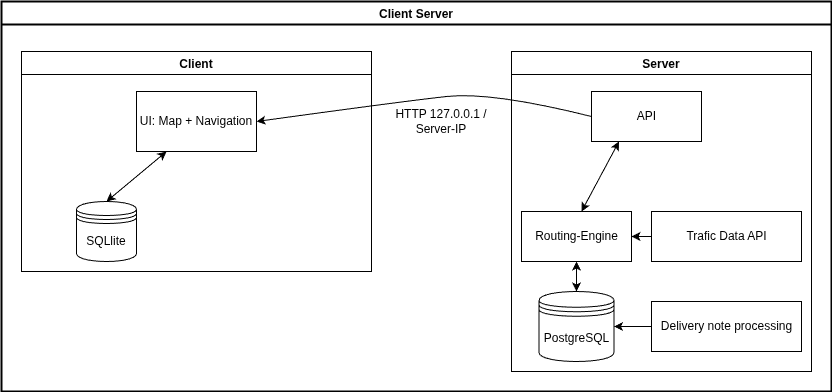
gabrielbindi/VoBi-Tour keeps this draw.io diagram as docs/architecture/data-architecture.drawio.png. Above is the earlier version. Source tidied: cells renumbered, new cells last; positions are measured from the earlier drawing's top-left corner, leaving out a move shared by most shapes.
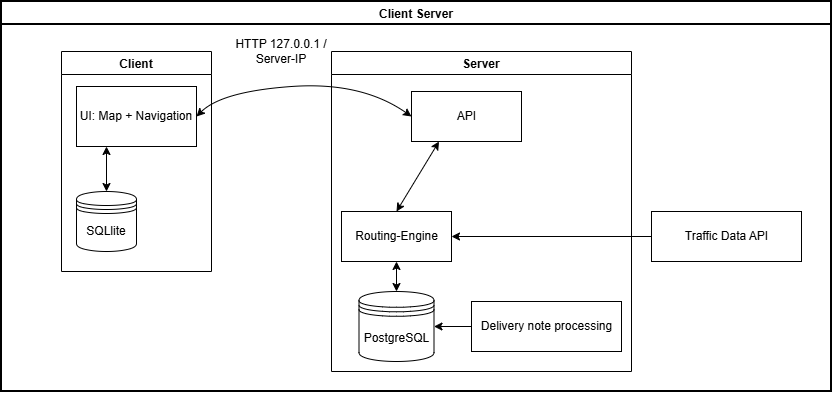
The same file after the commit.

Commit message:
#18 Traffic Data API is now outside

The edit, as a diff of the source:
```diff
@@ -6,7 +6,7 @@
       <mxGeometry width="830" height="390" as="geometry" />
     </mxCell>
     <mxCell id="3" value="Server" style="swimlane;strokeColor=#000000;" parent="2" vertex="1">
-      <mxGeometry x="510" y="50" width="300" height="320" as="geometry" />
+      <mxGeometry x="330" y="50" width="300" height="320" as="geometry" />
     </mxCell>
     <mxCell id="4" value="API" style="html=1;" parent="3" vertex="1">
       <mxGeometry x="80" y="40" width="110" height="50" as="geometry" />
@@ -26,39 +26,37 @@
     <mxCell id="9" style="endArrow=classic;startArrow=classic;html=1;entryX=0.5;entryY=1;entryDx=0;entryDy=0;exitX=0.5;exitY=0;exitDx=0;exitDy=0;strokeColor=#000000;" parent="3" edge="1" source="8" target="5">
       <mxGeometry relative="1" as="geometry" />
     </mxCell>
-    <mxCell id="10" value="Trafic Data API" style="html=1;" parent="3" vertex="1">
-      <mxGeometry x="140" y="160" width="150" height="50" as="geometry" />
-    </mxCell>
-    <mxCell id="11" style="endArrow=classic;html=1;entryX=1;entryY=0.5;entryDx=0;entryDy=0;strokeColor=#000000;exitX=0;exitY=0.5;exitDx=0;exitDy=0;" parent="3" edge="1" source="10" target="5">
-      <mxGeometry relative="1" as="geometry" />
-    </mxCell>
+    <mxCell id="18" style="endArrow=classic;startArrow=classic;html=1;entryX=0.25;entryY=1;entryDx=0;entryDy=0;strokeColor=#000000;exitX=0.5;exitY=0;exitDx=0;exitDy=0;" parent="3" edge="1" source="5" target="4">
+      <mxGeometry relative="1" as="geometry" />
+    </mxCell>
     <mxCell id="12" value="Client" style="swimlane;strokeColor=#000000;" parent="2" vertex="1">
-      <mxGeometry x="20" y="50" width="350" height="220" as="geometry" />
+      <mxGeometry x="60" y="50" width="150" height="220" as="geometry" />
     </mxCell>
     <mxCell id="13" value="UI: Map + Navigation" style="rounded=0;whiteSpace=wrap;html=1;" parent="12" vertex="1">
-      <mxGeometry x="115" y="40" width="120" height="60" as="geometry" />
+      <mxGeometry x="15" y="35" width="120" height="60" as="geometry" />
     </mxCell>
     <mxCell id="14" value="SQLlite" style="shape=datastore;whiteSpace=wrap;html=1;" parent="12" vertex="1">
-      <mxGeometry x="55" y="150" width="60" height="60" as="geometry" />
+      <mxGeometry x="15" y="140" width="60" height="60" as="geometry" />
     </mxCell>
     <mxCell id="15" style="endArrow=classic;startArrow=classic;html=1;exitX=0.5;exitY=0;exitDx=0;exitDy=0;entryX=0.25;entryY=1;entryDx=0;entryDy=0;strokeColor=#000000;" parent="12" edge="1" source="14" target="13">
       <mxGeometry relative="1" as="geometry" />
     </mxCell>
-    <mxCell id="16" style="curved=1;endArrow=classic;html=1;exitX=0;exitY=0.5;exitDx=0;exitDy=0;entryX=1;entryY=0.5;entryDx=0;entryDy=0;strokeColor=#000000;" parent="2" edge="1" source="4" target="13">
-      <mxGeometry relative="1" as="geometry">
+    <mxCell id="16" style="curved=1;endArrow=classic;html=1;exitX=0;exitY=0.5;exitDx=0;exitDy=0;entryX=1;entryY=0.5;entryDx=0;entryDy=0;strokeColor=#000000;endFill=1;startArrow=classic;startFill=1;" parent="2" edge="1" source="4" target="13">
+      <mxGeometry x="0.12" y="-7.13" relative="1" as="geometry">
         <Array as="points">
-          <mxPoint x="490" y="90" />
-          <mxPoint x="400" y="100" />
+          <mxPoint x="360" y="80" />
+          <mxPoint x="220" y="90" />
         </Array>
       </mxGeometry>
     </mxCell>
     <mxCell id="17" value="&lt;font color=&quot;#000000&quot;&gt;HTTP 127.0.0.1 / Server-IP&lt;/font&gt;" style="text;html=1;align=center;verticalAlign=middle;whiteSpace=wrap;rounded=0;" parent="2" vertex="1">
-      <mxGeometry x="380" y="90" width="120" height="60" as="geometry" />
+      <mxGeometry x="220" y="20" width="120" height="60" as="geometry" />
     </mxCell>
-    <mxCell id="18" style="endArrow=classic;startArrow=classic;html=1;entryX=0.25;entryY=1;entryDx=0;entryDy=0;strokeColor=#000000;" parent="1" edge="1" target="4">
-      <mxGeometry relative="1" as="geometry">
-        <mxPoint x="580" y="210" as="sourcePoint" />
-      </mxGeometry>
-    </mxCell>
+    <mxCell id="10" value="Traffic Data API" style="html=1;" parent="2" vertex="1">
+      <mxGeometry x="650" y="210" width="150" height="50" as="geometry" />
+    </mxCell>
+    <mxCell id="11" style="endArrow=classic;html=1;entryX=1;entryY=0.5;entryDx=0;entryDy=0;strokeColor=#000000;exitX=0;exitY=0.5;exitDx=0;exitDy=0;" parent="2" edge="1" source="10" target="5">
+      <mxGeometry relative="1" as="geometry" />
+    </mxCell>
   </root>
 </mxGraphModel>
```
